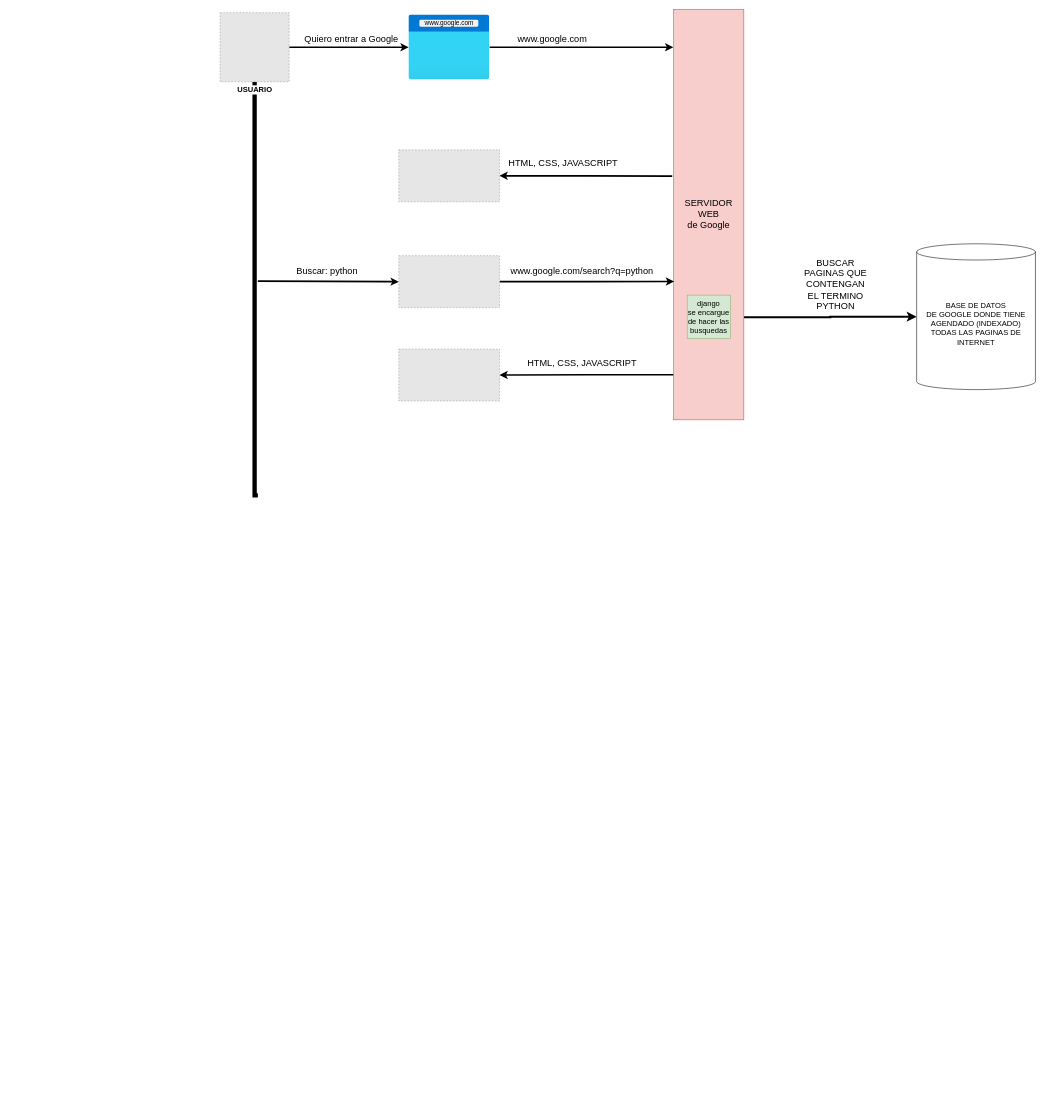
martinezger/python-45020 keeps this draw.io diagram as mvc.drawio. Above is the earlier version. Source tidied: cells renumbered, new cells numbered last; positions are measured from the earlier drawing's top-left corner, leaving out a move shared by most shapes. Both pictures are drawn from the tidied source at 54%, with x=0, y=0 at pixel (220, 9). Pictures stored in the file or linked from it are replaced by grey dashed boxes.
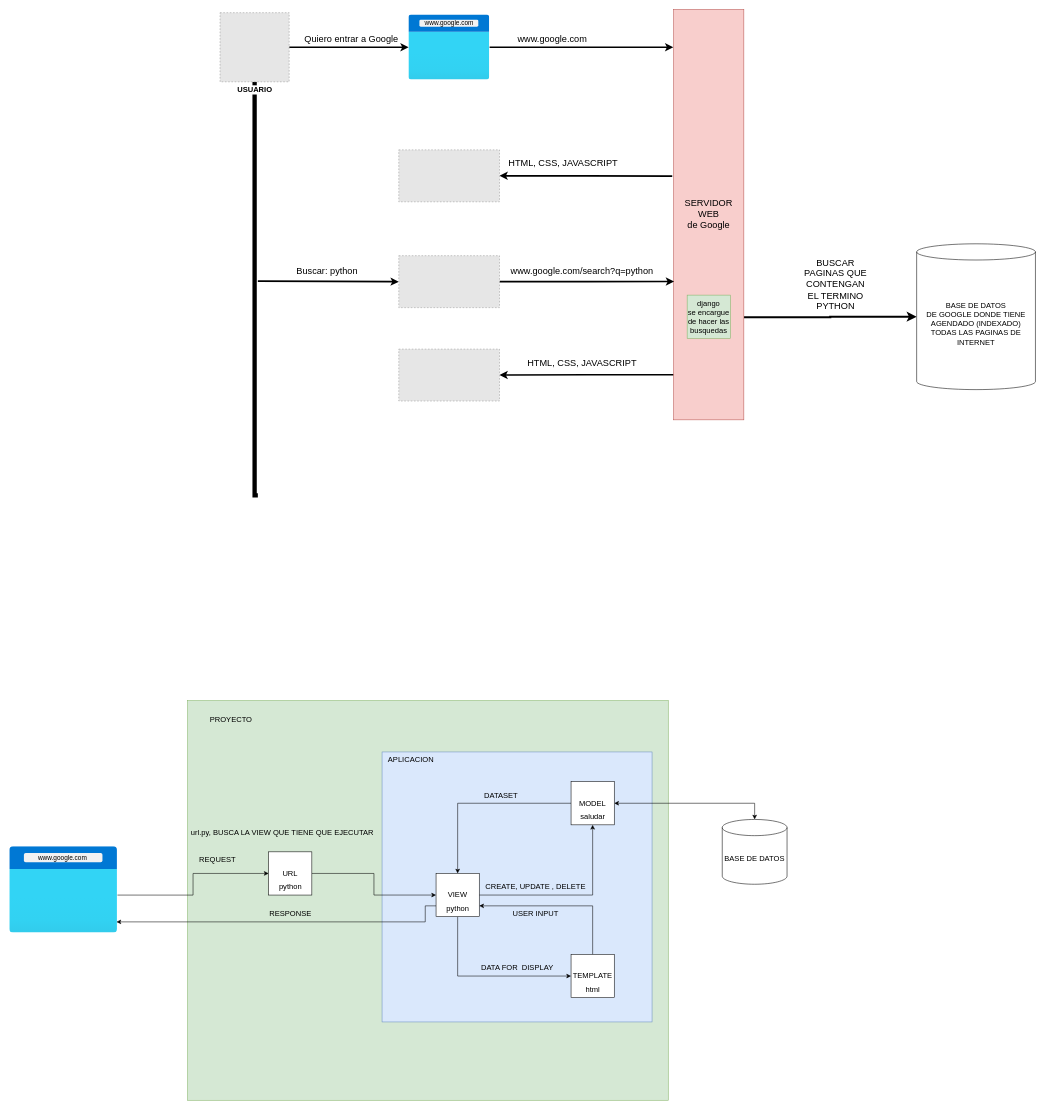
The same page after the edit.

Change to the diagram source:
```diff
@@
+    <mxCell id="27" style="rounded=0;whiteSpace=wrap;html=1;fontSize=14;fillColor=#d5e8d4;strokeColor=#82b366;" parent="1" vertex="1">
+      <mxGeometry x="-60" y="1280" width="890" height="740" as="geometry" />
+    </mxCell>
+    <mxCell id="28" style="whiteSpace=wrap;html=1;fontSize=14;fillColor=#dae8fc;strokeColor=#6c8ebf;" parent="1" vertex="1">
+      <mxGeometry x="300" y="1375" width="500" height="500" as="geometry" />
+    </mxCell>
@@
+    <mxCell id="29" style="edgeStyle=orthogonalEdgeStyle;rounded=0;jettySize=auto;html=1;exitX=0;exitY=0.5;exitDx=0;exitDy=0;entryX=0.5;entryY=0;entryDx=0;entryDy=0;fontSize=14;" parent="1" edge="1" source="31" target="35">
+      <mxGeometry relative="1" as="geometry" />
+    </mxCell>
+    <mxCell id="30" style="edgeStyle=orthogonalEdgeStyle;rounded=0;jettySize=auto;html=1;exitX=1;exitY=0.5;exitDx=0;exitDy=0;entryX=0.5;entryY=0;entryDx=0;entryDy=0;entryPerimeter=0;startArrow=classic;startFill=1;fontSize=14;" parent="1" edge="1" source="31" target="45">
+      <mxGeometry relative="1" as="geometry" />
+    </mxCell>
+    <mxCell id="31" value="MODEL" style="whiteSpace=wrap;html=1;fontSize=14;" parent="1" vertex="1">
+      <mxGeometry x="650" y="1430" width="80" height="80" as="geometry" />
+    </mxCell>
+    <mxCell id="32" style="edgeStyle=orthogonalEdgeStyle;rounded=0;jettySize=auto;html=1;exitX=1;exitY=0.5;exitDx=0;exitDy=0;entryX=0.5;entryY=1;entryDx=0;entryDy=0;fontSize=14;" parent="1" edge="1" source="35" target="31">
+      <mxGeometry relative="1" as="geometry" />
+    </mxCell>
+    <mxCell id="33" style="edgeStyle=orthogonalEdgeStyle;rounded=0;jettySize=auto;html=1;exitX=0.5;exitY=1;exitDx=0;exitDy=0;entryX=0;entryY=0.5;entryDx=0;entryDy=0;fontSize=14;" parent="1" edge="1" source="35" target="37">
+      <mxGeometry relative="1" as="geometry" />
+    </mxCell>
+    <mxCell id="34" style="edgeStyle=orthogonalEdgeStyle;rounded=0;jettySize=auto;html=1;exitX=0;exitY=0.75;exitDx=0;exitDy=0;entryX=0.991;entryY=0.873;entryDx=0;entryDy=0;entryPerimeter=0;startArrow=none;startFill=0;endArrow=classic;endFill=1;" parent="1" edge="1" source="35" target="47">
+      <mxGeometry relative="1" as="geometry">
+        <Array as="points">
+          <mxPoint x="380" y="1660" />
+          <mxPoint x="380" y="1690" />
+        </Array>
+      </mxGeometry>
+    </mxCell>
+    <mxCell id="35" value="VIEW" style="whiteSpace=wrap;html=1;fontSize=14;" parent="1" vertex="1">
+      <mxGeometry x="400" y="1600" width="80" height="80" as="geometry" />
+    </mxCell>
+    <mxCell id="36" style="edgeStyle=orthogonalEdgeStyle;rounded=0;jettySize=auto;html=1;exitX=0.5;exitY=0;exitDx=0;exitDy=0;entryX=1;entryY=0.75;entryDx=0;entryDy=0;fontSize=14;" parent="1" edge="1" source="37" target="35">
+      <mxGeometry relative="1" as="geometry" />
+    </mxCell>
+    <mxCell id="37" value="TEMPLATE" style="whiteSpace=wrap;html=1;fontSize=14;" parent="1" vertex="1">
+      <mxGeometry x="650" y="1750" width="80" height="80" as="geometry" />
+    </mxCell>
+    <mxCell id="38" style="edgeStyle=orthogonalEdgeStyle;rounded=0;jettySize=auto;html=1;exitX=0;exitY=0.5;exitDx=0;exitDy=0;entryX=1;entryY=0.563;entryDx=0;entryDy=0;entryPerimeter=0;startArrow=classic;startFill=1;endArrow=none;endFill=0;" parent="1" edge="1" source="40" target="47">
+      <mxGeometry relative="1" as="geometry" />
+    </mxCell>
+    <mxCell id="39" style="edgeStyle=orthogonalEdgeStyle;rounded=0;jettySize=auto;html=1;exitX=1;exitY=0.5;exitDx=0;exitDy=0;entryX=0;entryY=0.5;entryDx=0;entryDy=0;startArrow=none;startFill=0;endArrow=classic;endFill=1;fontSize=14;" parent="1" edge="1" source="40" target="35">
+      <mxGeometry relative="1" as="geometry" />
+    </mxCell>
+    <mxCell id="40" value="URL" style="whiteSpace=wrap;html=1;fontSize=14;" parent="1" vertex="1">
+      <mxGeometry x="90" y="1560" width="80" height="80" as="geometry" />
+    </mxCell>
+    <mxCell id="41" value="CREATE, UPDATE , DELETE" style="text;html=1;align=center;verticalAlign=middle;strokeColor=none;fillColor=none;fontSize=14;" parent="1" vertex="1">
+      <mxGeometry x="479" y="1610" width="210" height="30" as="geometry" />
+    </mxCell>
+    <mxCell id="42" value="DATASET" style="text;html=1;align=center;verticalAlign=middle;strokeColor=none;fillColor=none;fontSize=14;" parent="1" vertex="1">
+      <mxGeometry x="475" y="1440" width="90" height="30" as="geometry" />
+    </mxCell>
+    <mxCell id="43" value="USER INPUT" style="text;html=1;align=center;verticalAlign=middle;strokeColor=none;fillColor=none;fontSize=14;" parent="1" vertex="1">
+      <mxGeometry x="529" y="1660" width="110" height="30" as="geometry" />
+    </mxCell>
+    <mxCell id="44" value="DATA FOR&amp;nbsp; DISPLAY" style="text;html=1;align=center;verticalAlign=middle;strokeColor=none;fillColor=none;fontSize=14;" parent="1" vertex="1">
+      <mxGeometry x="470" y="1760" width="160" height="30" as="geometry" />
+    </mxCell>
+    <mxCell id="45" value="BASE DE DATOS" style="shape=cylinder3;whiteSpace=wrap;html=1;boundedLbl=1;backgroundOutline=1;size=15;fontSize=14;" parent="1" vertex="1">
+      <mxGeometry x="930" y="1500" width="120" height="120" as="geometry" />
+    </mxCell>
+    <mxCell id="46" style="group;" parent="1" vertex="1">
+      <mxGeometry x="-390" y="1550" width="300" height="160" as="geometry" />
+    </mxCell>
+    <mxCell id="47" style="html=1;points=[];align=center;image;fontSize=12;image=img/lib/azure2/general/Browser.svg;" parent="46" vertex="1">
+      <mxGeometry width="200" height="160" as="geometry" />
+    </mxCell>
+    <mxCell id="48" value="www.google.com" style="text;html=1;align=center;verticalAlign=middle;strokeColor=none;fillColor=none;" parent="46" vertex="1">
+      <mxGeometry x="43" y="6" width="110" height="30" as="geometry" />
+    </mxCell>
+    <mxCell id="49" value="REQUEST" style="text;html=1;align=center;verticalAlign=middle;strokeColor=none;fillColor=none;fontSize=14;" parent="1" vertex="1">
+      <mxGeometry x="-50" y="1560" width="90" height="30" as="geometry" />
+    </mxCell>
+    <mxCell id="50" value="RESPONSE" style="text;html=1;align=center;verticalAlign=middle;strokeColor=none;fillColor=none;fontSize=14;" parent="1" vertex="1">
+      <mxGeometry x="80" y="1660" width="100" height="30" as="geometry" />
+    </mxCell>
+    <mxCell id="51" value="&lt;font style=&quot;font-size: 14px;&quot;&gt;url.py, BUSCA LA VIEW QUE TIENE QUE EJECUTAR&lt;/font&gt;" style="text;html=1;align=center;verticalAlign=middle;strokeColor=none;fillColor=none;fontSize=14;" parent="1" vertex="1">
+      <mxGeometry x="-65" y="1510" width="360" height="30" as="geometry" />
+    </mxCell>
+    <mxCell id="52" value="html" style="text;html=1;align=center;verticalAlign=middle;strokeColor=none;fillColor=none;fontSize=14;" parent="1" vertex="1">
+      <mxGeometry x="665" y="1800" width="50" height="30" as="geometry" />
+    </mxCell>
+    <mxCell id="53" value="python" style="text;html=1;align=center;verticalAlign=middle;strokeColor=none;fillColor=none;fontSize=14;" parent="1" vertex="1">
+      <mxGeometry x="405" y="1650" width="70" height="30" as="geometry" />
+    </mxCell>
+    <mxCell id="54" value="saludar" style="text;html=1;align=center;verticalAlign=middle;strokeColor=none;fillColor=none;fontSize=14;" parent="1" vertex="1">
+      <mxGeometry x="655" y="1480" width="70" height="30" as="geometry" />
+    </mxCell>
+    <mxCell id="55" value="python" style="text;html=1;align=center;verticalAlign=middle;strokeColor=none;fillColor=none;fontSize=14;" parent="1" vertex="1">
+      <mxGeometry x="95" y="1610" width="70" height="30" as="geometry" />
+    </mxCell>
+    <mxCell id="56" value="APLICACION&amp;nbsp;" style="text;html=1;align=center;verticalAlign=middle;strokeColor=none;fillColor=none;fontSize=14;" parent="1" vertex="1">
+      <mxGeometry x="300" y="1375" width="110" height="30" as="geometry" />
+    </mxCell>
+    <mxCell id="57" value="PROYECTO" style="text;html=1;align=center;verticalAlign=middle;strokeColor=none;fillColor=none;fontSize=14;" parent="1" vertex="1">
+      <mxGeometry x="-30" y="1300" width="100" height="30" as="geometry" />
+    </mxCell>
```
